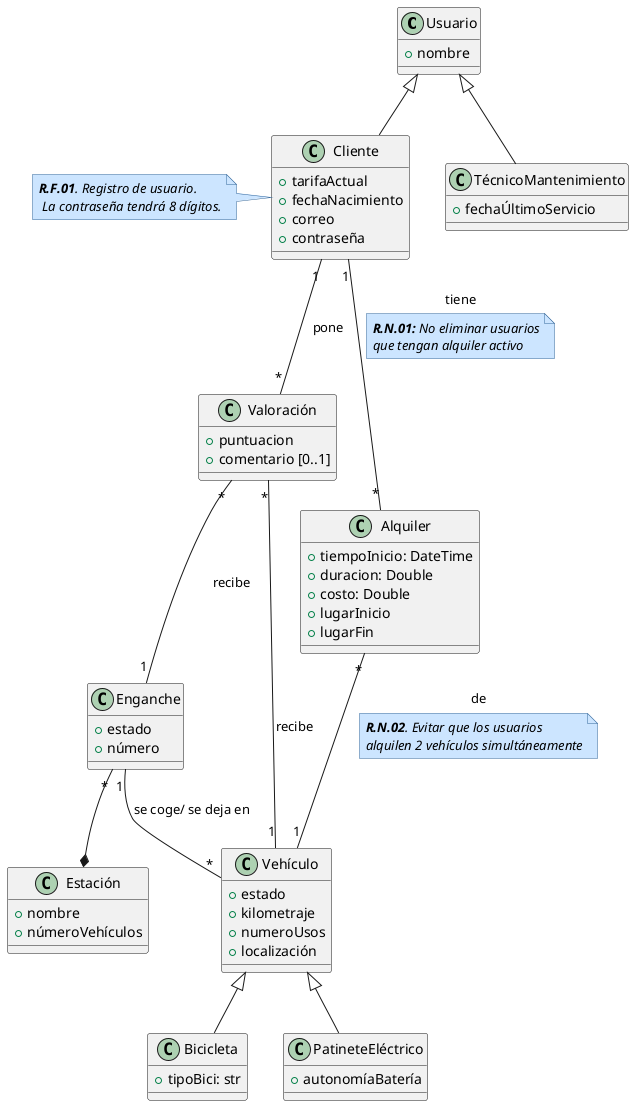
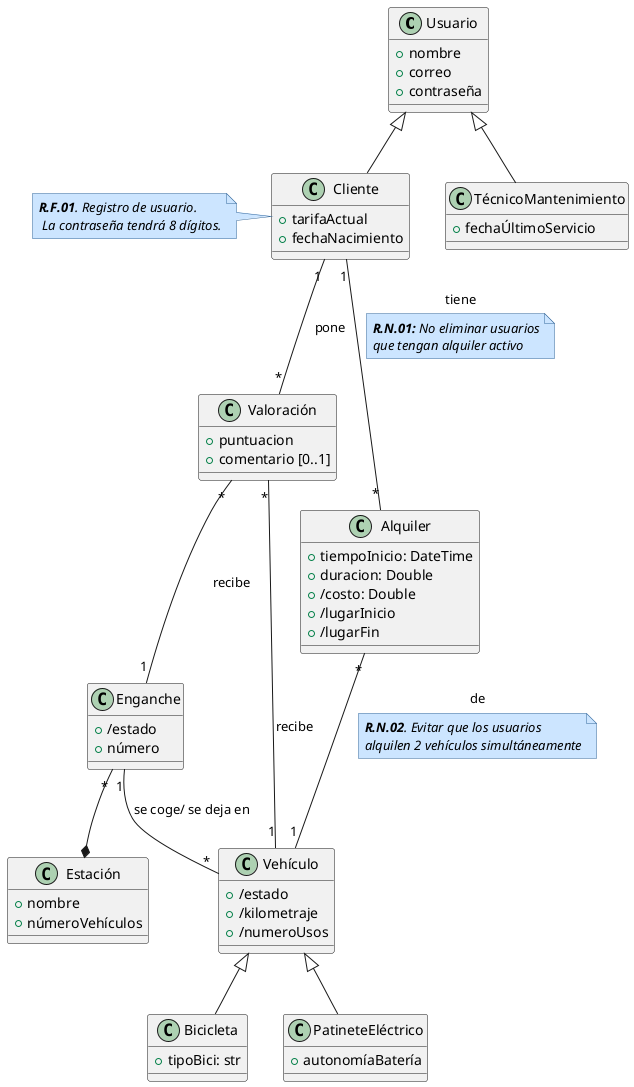
@startuml DiagramaClases

skinparam note {
  BackgroundColor #cce5ff
  BorderColor #336699
  FontStyle italic
}

class Usuario {
    +nombre
+     +correo
+     +contraseña
}

class Cliente {
    +tarifaActual
    +fechaNacimiento
-     +correo
-     +contraseña
}
note left:**R.F.01**. Registro de usuario. \n La contraseña tendrá 8 dígitos.

class TécnicoMantenimiento {
    +fechaÚltimoServicio
}

class Valoración {
    +puntuacion
    +comentario [0..1]
}

class Alquiler {
    +tiempoInicio: DateTime
    +duracion: Double
-     +costo: Double
-     +lugarInicio
-     +lugarFin
+     +/costo: Double
+     +/lugarInicio
+     +/lugarFin
}

class Vehículo {
-     +estado
-     +kilometraje
-     +numeroUsos
-     +localización
+     +/estado
+     +/kilometraje
+     +/numeroUsos
}
- 
- 'Una estación se refiere a un enganche específico,'
- 'para decir a qué grupo de bicis pertenece se utiliza el atributo zona'
- 'Se ha puesto así para poder poner en qué enganche (estación) se encuentra'
- 'una bici específica, si no no se podría identificar la bici averiada por ejemplo.'

class Estación {
    +nombre
    +númeroVehículos
}

class Enganche {
-     +estado
+     +/estado
    +número
}

class Bicicleta {
    +tipoBici: str
}

class PatineteEléctrico {
    +autonomíaBatería
}

Usuario <|-- Cliente
Usuario <|-- TécnicoMantenimiento

Enganche "*"--* Estación

'Relación directa valoraciones'
Cliente "1"--"*" Valoración : pone
Valoración "*"--"1" Vehículo : recibe
Valoración "*"--"1" Enganche : recibe

Enganche"1" -- "*"Vehículo : se coge/ se deja en


'Relacion de Alquileres'
Cliente "1"--"*"  Alquiler: tiene
'Requisitos seguidos de relacion a linkear'
note on link
  **R.N.01:** No eliminar usuarios
  que tengan alquiler activo
end note

Alquiler "*"--"1" Vehículo: de
note on link
    **R.N.02**. Evitar que los usuarios
    alquilen 2 vehículos simultáneamente
end note

Vehículo <|-- Bicicleta
Vehículo <|-- PatineteEléctrico


@enduml